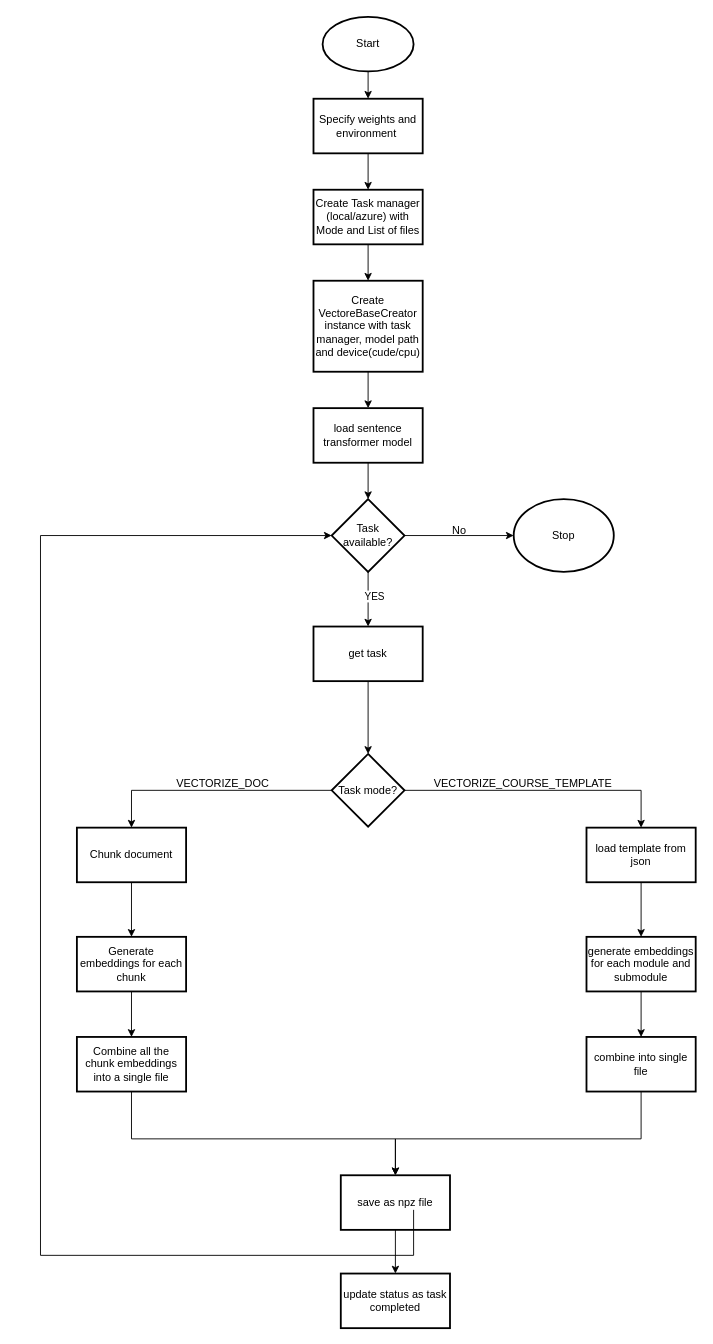
Earlier version of the draw.io diagram back-python-VB-flow.drawio (VedikaSrivastava/personal). Source tidied: cells renumbered, new cells numbered last; positions are measured from the earlier drawing's top-left corner, leaving out a move shared by most shapes. Both pictures are drawn from the tidied source at 91%, with x=0, y=0 at pixel (40, 16).
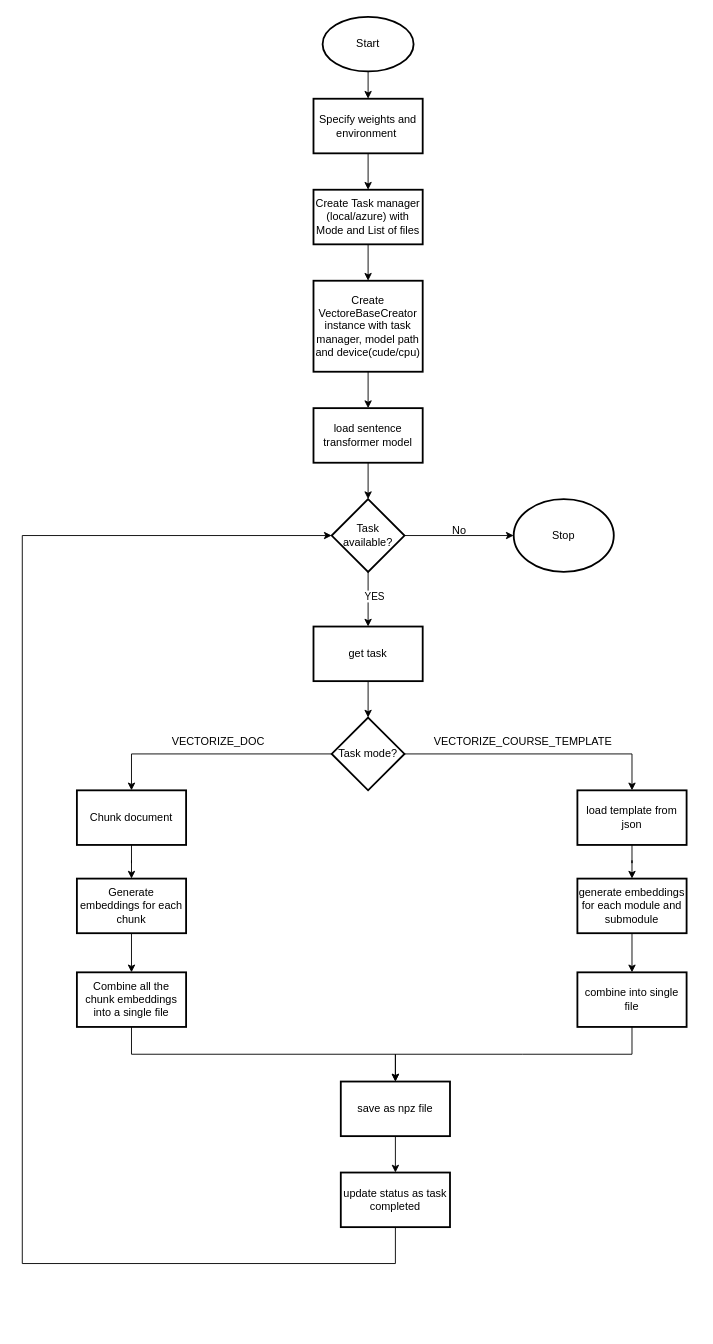
After the change.

Unchanged cells that the change refers to:
```xml
<mxCell id="15" value="Task available?" style="rhombus;whiteSpace=wrap;html=1;strokeWidth=2;" parent="1" vertex="1">
  <mxGeometry x="320" y="530" width="80" height="80" as="geometry" />
</mxCell>
```

The edit, as a diff of the source:
```diff
@@
     <mxCell id="18" style="edgeStyle=orthogonalEdgeStyle;rounded=0;jettySize=auto;html=1;" parent="1" edge="1" source="20" target="22">
-      <mxGeometry relative="1" as="geometry" />
+      <mxGeometry relative="1" as="geometry">
+        <Array as="points">
+          <mxPoint x="100" y="810" />
+        </Array>
+      </mxGeometry>
     </mxCell>
     <mxCell id="19" style="edgeStyle=orthogonalEdgeStyle;rounded=0;jettySize=auto;html=1;" parent="1" edge="1" source="20" target="29">
-      <mxGeometry relative="1" as="geometry" />
+      <mxGeometry relative="1" as="geometry">
+        <Array as="points">
+          <mxPoint x="650" y="810" />
+        </Array>
+      </mxGeometry>
     </mxCell>
     <mxCell id="20" value="Task mode?" style="rhombus;whiteSpace=wrap;html=1;strokeWidth=2;" parent="1" vertex="1">
-      <mxGeometry x="320" y="810" width="80" height="80" as="geometry" />
+      <mxGeometry x="320" y="770" width="80" height="80" as="geometry" />
     </mxCell>
@@
     <mxCell id="22" value="Chunk document" style="whiteSpace=wrap;html=1;strokeWidth=2;" parent="1" vertex="1">
-      <mxGeometry x="40" y="891" width="120" height="60" as="geometry" />
+      <mxGeometry x="40" y="850" width="120" height="60" as="geometry" />
     </mxCell>
@@
     <mxCell id="24" value="Generate embeddings for each chunk" style="whiteSpace=wrap;html=1;strokeWidth=2;" parent="1" vertex="1">
-      <mxGeometry x="40" y="1011" width="120" height="60" as="geometry" />
+      <mxGeometry x="40" y="947" width="120" height="60" as="geometry" />
     </mxCell>
     <mxCell id="25" style="edgeStyle=orthogonalEdgeStyle;rounded=0;jettySize=auto;html=1;exitX=0.5;exitY=1;exitDx=0;exitDy=0;" parent="1" edge="1" source="26" target="35">
       <mxGeometry relative="1" as="geometry">
         <Array as="points">
-          <mxPoint x="100" y="1233" />
-          <mxPoint x="390" y="1233" />
+          <mxPoint x="100" y="1140" />
+          <mxPoint x="390" y="1140" />
         </Array>
       </mxGeometry>
     </mxCell>
     <mxCell id="26" value="Combine all the chunk embeddings into a single file" style="whiteSpace=wrap;html=1;strokeWidth=2;" parent="1" vertex="1">
-      <mxGeometry x="40" y="1121" width="120" height="60" as="geometry" />
+      <mxGeometry x="40" y="1050" width="120" height="60" as="geometry" />
     </mxCell>
     <mxCell id="27" value="VECTORIZE_DOC" style="text;html=1;align=center;verticalAlign=middle;strokeColor=none;fillColor=none;" parent="1" vertex="1">
-      <mxGeometry x="135" y="828" width="130" height="30" as="geometry" />
+      <mxGeometry x="130" y="782" width="130" height="30" as="geometry" />
     </mxCell>
@@
     <mxCell id="29" value="load template from json" style="whiteSpace=wrap;html=1;strokeWidth=2;" parent="1" vertex="1">
-      <mxGeometry x="600" y="891" width="120" height="60" as="geometry" />
+      <mxGeometry x="590" y="850" width="120" height="60" as="geometry" />
     </mxCell>
     <mxCell id="30" value="VECTORIZE_COURSE_TEMPLATE" style="text;html=1;align=center;verticalAlign=middle;strokeColor=none;fillColor=none;" parent="1" vertex="1">
-      <mxGeometry x="420" y="828" width="220" height="30" as="geometry" />
+      <mxGeometry x="420" y="782" width="220" height="30" as="geometry" />
     </mxCell>
@@
     <mxCell id="32" value="generate embeddings for each module and submodule" style="whiteSpace=wrap;html=1;strokeWidth=2;" parent="1" vertex="1">
-      <mxGeometry x="600" y="1011" width="120" height="60" as="geometry" />
+      <mxGeometry x="590" y="947" width="120" height="60" as="geometry" />
     </mxCell>
     <mxCell id="33" value="combine into single file" style="whiteSpace=wrap;html=1;strokeWidth=2;" parent="1" vertex="1">
-      <mxGeometry x="600" y="1121" width="120" height="60" as="geometry" />
+      <mxGeometry x="590" y="1050" width="120" height="60" as="geometry" />
     </mxCell>
@@
     <mxCell id="35" value="save as npz file" style="whiteSpace=wrap;html=1;strokeWidth=2;" parent="1" vertex="1">
-      <mxGeometry x="330" y="1273" width="120" height="60" as="geometry" />
+      <mxGeometry x="330" y="1170" width="120" height="60" as="geometry" />
     </mxCell>
     <mxCell id="36" style="endArrow=classic;html=1;rounded=0;entryX=0.5;entryY=0;entryDx=0;entryDy=0;exitX=0.5;exitY=1;exitDx=0;exitDy=0;" parent="1" edge="1" source="33" target="35">
       <mxGeometry relative="1" as="geometry">
         <Array as="points">
-          <mxPoint x="660" y="1233" />
-          <mxPoint x="390" y="1233" />
+          <mxPoint x="650" y="1140" />
+          <mxPoint x="530" y="1140" />
+          <mxPoint x="390" y="1140" />
         </Array>
       </mxGeometry>
     </mxCell>
     <mxCell id="37" value="update status as task completed" style="whiteSpace=wrap;html=1;strokeWidth=2;" parent="1" vertex="1">
-      <mxGeometry x="330" y="1381" width="120" height="60" as="geometry" />
+      <mxGeometry x="330" y="1270" width="120" height="60" as="geometry" />
     </mxCell>
@@
-    <mxCell id="41" style="endArrow=classic;html=1;rounded=0;exitX=0.5;exitY=1;exitDx=0;exitDy=0;entryX=0;entryY=0.5;entryDx=0;entryDy=0;" parent="1" edge="1">
+    <mxCell id="41" style="endArrow=classic;html=1;rounded=0;exitX=0.5;exitY=1;exitDx=0;exitDy=0;entryX=0;entryY=0.5;entryDx=0;entryDy=0;" parent="1" edge="1" source="37" target="15">
       <mxGeometry relative="1" as="geometry">
-        <mxPoint x="410" y="1311" as="sourcePoint" />
-        <mxPoint x="320" y="570" as="targetPoint" />
         <Array as="points">
-          <mxPoint x="410" y="1361" />
-          <mxPoint y="1361" />
-          <mxPoint y="570" />
+          <mxPoint x="390" y="1370" />
+          <mxPoint x="-20" y="1370" />
+          <mxPoint x="-20" y="570" />
         </Array>
       </mxGeometry>
     </mxCell>
```
